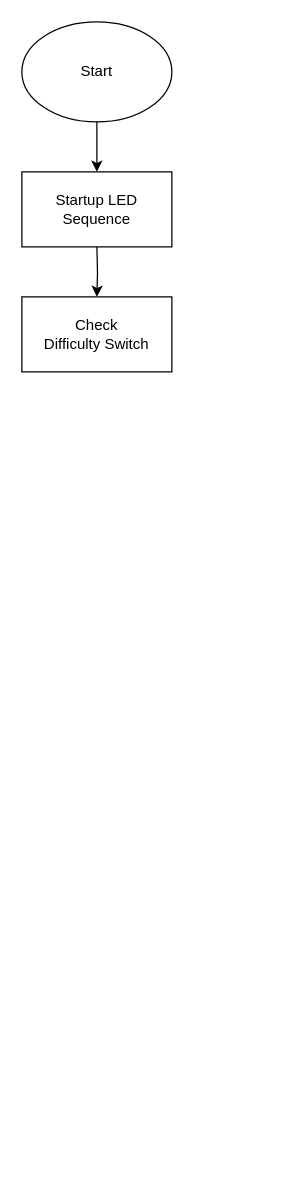
The draw.io diagram Simon Flow Chart.drawio in stephenspruill/Final-Project-Simon-Says, before the edit. Source tidied: cells renumbered, new cells numbered last; positions are measured from the earlier drawing's top-left corner, leaving out a move shared by most shapes. Both pictures are drawn from the tidied source at 125%, with x=0, y=0 at pixel (21, 21).
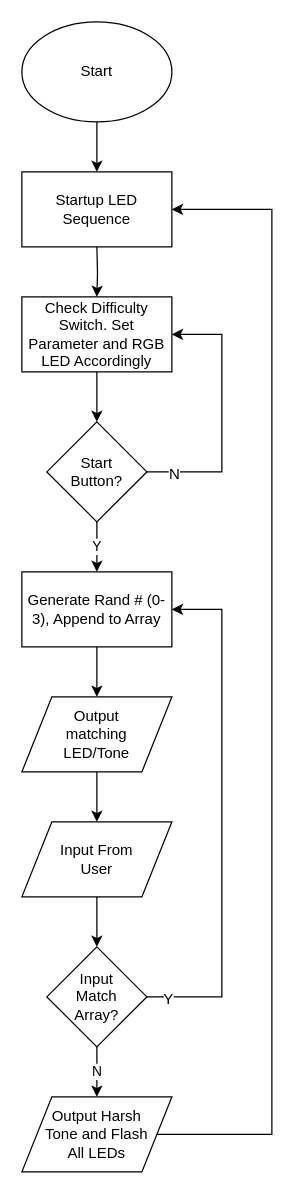
After the change.

The change refers to these unchanged cells:
```xml
<mxCell id="6" value="Startup LED Sequence" style="rounded=0;whiteSpace=wrap;html=1;" parent="1" vertex="1">
  <mxGeometry y="120" width="120" height="60" as="geometry" />
</mxCell>
```

The edit, as a diff of the source:
```diff
@@
+    <mxCell id="7" style="edgeStyle=orthogonalEdgeStyle;rounded=0;jettySize=auto;html=1;" parent="1" edge="1" source="5" target="11">
+      <mxGeometry relative="1" as="geometry" />
+    </mxCell>
-    <mxCell id="5" value="&lt;div&gt;Check&lt;/div&gt;&lt;div&gt;Difficulty Switch&lt;/div&gt;" style="rounded=0;whiteSpace=wrap;html=1;" parent="1" vertex="1">
+    <mxCell id="5" value="&lt;div&gt;Check Difficulty Switch. Set Parameter and RGB LED Accordingly&lt;br&gt;&lt;/div&gt;" style="rounded=0;whiteSpace=wrap;html=1;" parent="1" vertex="1">
       <mxGeometry y="220" width="120" height="60" as="geometry" />
     </mxCell>
@@
+    <mxCell id="8" style="edgeStyle=orthogonalEdgeStyle;rounded=0;jettySize=auto;html=1;entryX=1;entryY=0.5;entryDx=0;entryDy=0;" parent="1" edge="1" source="11" target="5">
+      <mxGeometry relative="1" as="geometry">
+        <Array as="points">
+          <mxPoint x="160" y="360" />
+          <mxPoint x="160" y="250" />
+        </Array>
+      </mxGeometry>
+    </mxCell>
+    <mxCell id="9" value="N" style="text;html=1;align=center;verticalAlign=middle;labelBackgroundColor=#ffffff;" parent="8" vertex="1">
+      <mxGeometry x="-0.8" y="-1" relative="1" as="geometry" />
+    </mxCell>
+    <mxCell id="10" value="Y" style="edgeStyle=orthogonalEdgeStyle;rounded=0;jettySize=auto;html=1;" parent="1" edge="1" source="11" target="13">
+      <mxGeometry relative="1" as="geometry" />
+    </mxCell>
+    <mxCell id="11" value="&lt;div&gt;Start&lt;br&gt;&lt;/div&gt;&lt;div&gt;Button?&lt;/div&gt;" style="rhombus;whiteSpace=wrap;html=1;" parent="1" vertex="1">
+      <mxGeometry x="20" y="320" width="80" height="80" as="geometry" />
+    </mxCell>
+    <mxCell id="12" style="edgeStyle=orthogonalEdgeStyle;rounded=0;jettySize=auto;html=1;" parent="1" edge="1" source="13" target="15">
+      <mxGeometry relative="1" as="geometry" />
+    </mxCell>
+    <mxCell id="13" value="Generate Rand # (0-3), Append to Array" style="rounded=0;whiteSpace=wrap;html=1;" parent="1" vertex="1">
+      <mxGeometry y="440" width="120" height="60" as="geometry" />
+    </mxCell>
+    <mxCell id="14" style="edgeStyle=orthogonalEdgeStyle;rounded=0;jettySize=auto;html=1;" parent="1" edge="1" source="15" target="17">
+      <mxGeometry relative="1" as="geometry" />
+    </mxCell>
+    <mxCell id="15" value="&lt;div&gt;Output&lt;/div&gt;&lt;div&gt;matching&lt;/div&gt;&lt;div&gt;LED/Tone&lt;/div&gt;" style="shape=parallelogram;perimeter=parallelogramPerimeter;whiteSpace=wrap;html=1;" parent="1" vertex="1">
+      <mxGeometry y="540" width="120" height="60" as="geometry" />
+    </mxCell>
+    <mxCell id="16" style="edgeStyle=orthogonalEdgeStyle;rounded=0;jettySize=auto;html=1;" parent="1" edge="1" source="17" target="21">
+      <mxGeometry relative="1" as="geometry" />
+    </mxCell>
+    <mxCell id="17" value="&lt;div&gt;Input From&lt;/div&gt;&lt;div&gt;User&lt;br&gt;&lt;/div&gt;" style="shape=parallelogram;perimeter=parallelogramPerimeter;whiteSpace=wrap;html=1;" parent="1" vertex="1">
+      <mxGeometry y="640" width="120" height="60" as="geometry" />
+    </mxCell>
+    <mxCell id="18" style="edgeStyle=orthogonalEdgeStyle;rounded=0;jettySize=auto;html=1;entryX=1;entryY=0.5;entryDx=0;entryDy=0;" parent="1" edge="1" source="21" target="13">
+      <mxGeometry relative="1" as="geometry">
+        <Array as="points">
+          <mxPoint x="160" y="780" />
+          <mxPoint x="160" y="470" />
+        </Array>
+      </mxGeometry>
+    </mxCell>
+    <mxCell id="19" value="Y" style="text;html=1;align=center;verticalAlign=middle;labelBackgroundColor=#ffffff;" parent="18" vertex="1">
+      <mxGeometry x="-0.92" y="-1" relative="1" as="geometry" />
+    </mxCell>
+    <mxCell id="20" value="N" style="edgeStyle=orthogonalEdgeStyle;rounded=0;jettySize=auto;html=1;" parent="1" edge="1" source="21" target="23">
+      <mxGeometry relative="1" as="geometry" />
+    </mxCell>
+    <mxCell id="21" value="&lt;div&gt;Input&lt;/div&gt;&lt;div&gt;Match&lt;/div&gt;&lt;div&gt;Array?&lt;br&gt;&lt;/div&gt;" style="rhombus;whiteSpace=wrap;html=1;" parent="1" vertex="1">
+      <mxGeometry x="20" y="740" width="80" height="80" as="geometry" />
+    </mxCell>
+    <mxCell id="22" style="edgeStyle=orthogonalEdgeStyle;rounded=0;jettySize=auto;html=1;entryX=1;entryY=0.5;entryDx=0;entryDy=0;" parent="1" edge="1" source="23" target="6">
+      <mxGeometry relative="1" as="geometry">
+        <Array as="points">
+          <mxPoint x="200" y="890" />
+          <mxPoint x="200" y="150" />
+        </Array>
+      </mxGeometry>
+    </mxCell>
+    <mxCell id="23" value="&lt;div&gt;Output Harsh&lt;/div&gt;&lt;div&gt;Tone and Flash&lt;/div&gt;&lt;div&gt;All LEDs&lt;br&gt;&lt;/div&gt;" style="shape=parallelogram;perimeter=parallelogramPerimeter;whiteSpace=wrap;html=1;" parent="1" vertex="1">
+      <mxGeometry y="860" width="120" height="60" as="geometry" />
+    </mxCell>
```
